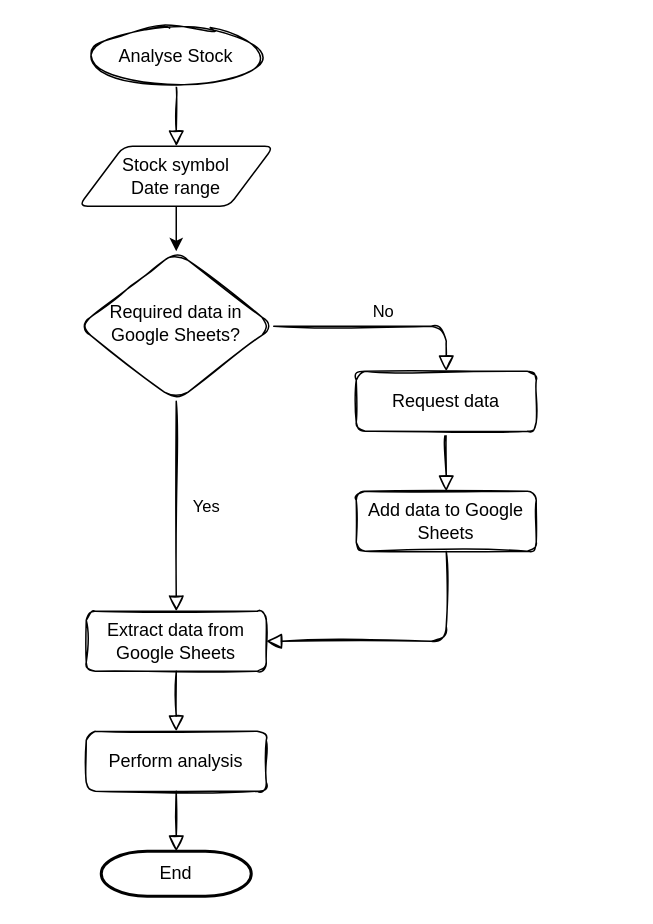
Earlier version of the draw.io diagram page "analyse-stock" (1 of 5) of design/analastock.drawio (ibuttimer/analastock). Source tidied: cells renumbered, new cells numbered last; positions are measured from the earlier drawing's top-left corner, leaving out a move shared by most shapes. Both pictures are drawn from the tidied source at 150%, with x=0, y=0 at pixel (78, 26).
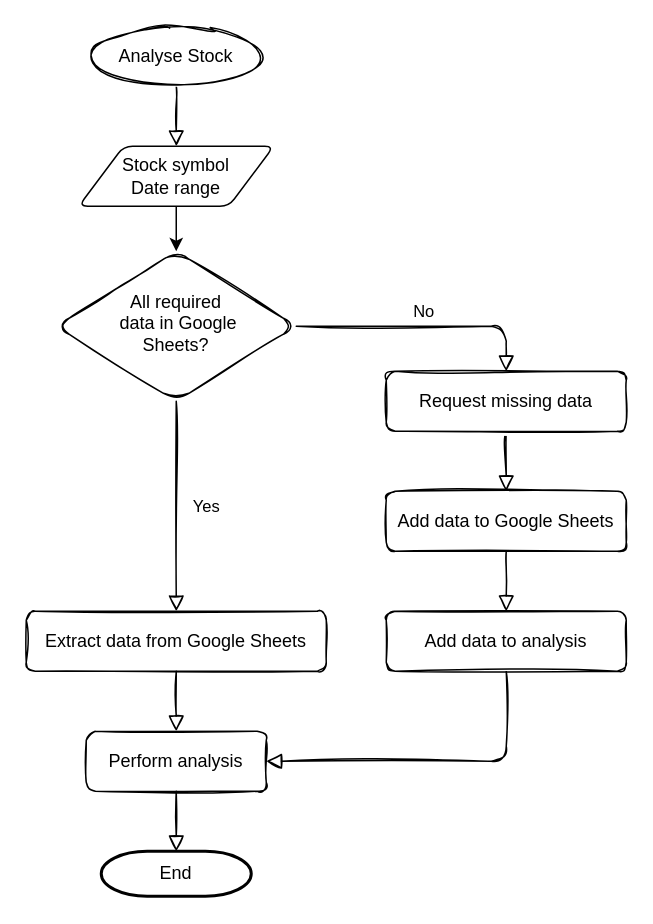
After the change.

Unchanged cells that the change refers to:
```xml
<mxCell id="12" value="Perform analysis" style="whiteSpace=wrap;html=1;fontSize=12;glass=0;strokeWidth=1;shadow=0;rounded=1;sketch=1;" parent="1" vertex="1">
  <mxGeometry x="5" y="470" width="120" height="40" as="geometry" />
</mxCell>
```

Diff of the diagram source:
```diff
@@
-    <mxCell id="3" value="No" style="edgeStyle=orthogonalEdgeStyle;html=1;jettySize=auto;fontSize=11;endArrow=block;endFill=0;endSize=8;strokeWidth=1;shadow=0;labelBackgroundColor=none;rounded=1;sketch=1;" parent="1" edge="1" source="4" target="6">
+    <mxCell id="3" value="No" style="edgeStyle=orthogonalEdgeStyle;html=1;jettySize=auto;fontSize=11;endArrow=block;endFill=0;endSize=8;strokeWidth=1;shadow=0;labelBackgroundColor=none;rounded=1;sketch=1;entryX=0.5;entryY=0;entryDx=0;entryDy=0;" parent="1" edge="1" source="4" target="6">
       <mxGeometry y="10" relative="1" as="geometry">
         <Array as="points">
-          <mxPoint x="245" y="200" />
+          <mxPoint x="285" y="200" />
         </Array>
       </mxGeometry>
     </mxCell>
-    <mxCell id="4" value="Required data in Google Sheets?" style="rhombus;whiteSpace=wrap;html=1;shadow=0;fontFamily=Helvetica;fontSize=12;align=center;strokeWidth=1;spacing=6;spacingTop=-4;rounded=1;sketch=1;" parent="1" vertex="1">
-      <mxGeometry y="150" width="130" height="100" as="geometry" />
+    <mxCell id="4" value="All required&lt;br&gt;&amp;nbsp;data in Google&lt;br&gt;Sheets?" style="rhombus;whiteSpace=wrap;html=1;shadow=0;fontFamily=Helvetica;fontSize=12;align=center;strokeWidth=1;spacing=6;spacingTop=-4;rounded=1;sketch=1;" parent="1" vertex="1">
+      <mxGeometry x="-15" y="150" width="160" height="100" as="geometry" />
     </mxCell>
-    <mxCell id="5" style="edgeStyle=orthogonalEdgeStyle;rounded=1;sketch=1;jettySize=auto;html=1;endArrow=block;endFill=0;endSize=8;" parent="1" edge="1" source="6" target="10">
+    <mxCell id="5" style="edgeStyle=orthogonalEdgeStyle;rounded=1;sketch=1;jettySize=auto;html=1;endArrow=block;endFill=0;endSize=8;exitX=0.5;exitY=1;exitDx=0;exitDy=0;entryX=0.5;entryY=0;entryDx=0;entryDy=0;" parent="1" edge="1" source="6" target="18">
       <mxGeometry relative="1" as="geometry" />
     </mxCell>
-    <mxCell id="6" value="Request data" style="whiteSpace=wrap;html=1;fontSize=12;glass=0;strokeWidth=1;shadow=0;rounded=1;sketch=1;" parent="1" vertex="1">
-      <mxGeometry x="185" y="230" width="120" height="40" as="geometry" />
+    <mxCell id="6" value="Request missing data" style="whiteSpace=wrap;html=1;fontSize=12;glass=0;strokeWidth=1;shadow=0;rounded=1;sketch=1;" parent="1" vertex="1">
+      <mxGeometry x="205" y="230" width="160" height="40" as="geometry" />
     </mxCell>
@@
     <mxCell id="8" value="Extract data from Google Sheets" style="whiteSpace=wrap;html=1;fontSize=12;glass=0;strokeWidth=1;shadow=0;rounded=1;sketch=1;" parent="1" vertex="1">
-      <mxGeometry x="5" y="390" width="120" height="40" as="geometry" />
+      <mxGeometry x="-35" y="390" width="200" height="40" as="geometry" />
     </mxCell>
-    <mxCell id="9" style="edgeStyle=orthogonalEdgeStyle;rounded=1;sketch=1;jettySize=auto;html=1;exitX=0.5;exitY=1;exitDx=0;exitDy=0;entryX=1;entryY=0.5;entryDx=0;entryDy=0;endArrow=block;endFill=0;endSize=8;" parent="1" edge="1" source="10" target="8">
+    <mxCell id="9" style="edgeStyle=orthogonalEdgeStyle;rounded=1;sketch=1;jettySize=auto;html=1;exitX=0.5;exitY=1;exitDx=0;exitDy=0;entryX=1;entryY=0.5;entryDx=0;entryDy=0;endArrow=block;endFill=0;endSize=8;" parent="1" edge="1" source="10" target="12">
       <mxGeometry relative="1" as="geometry" />
     </mxCell>
-    <mxCell id="10" value="Add data to Google Sheets" style="whiteSpace=wrap;html=1;fontSize=12;glass=0;strokeWidth=1;shadow=0;rounded=1;sketch=1;" parent="1" vertex="1">
-      <mxGeometry x="185" y="310" width="120" height="40" as="geometry" />
+    <mxCell id="10" value="Add data to analysis" style="whiteSpace=wrap;html=1;fontSize=12;glass=0;strokeWidth=1;shadow=0;rounded=1;sketch=1;" parent="1" vertex="1">
+      <mxGeometry x="205" y="390" width="160" height="40" as="geometry" />
     </mxCell>
@@
+    <mxCell id="18" value="Add data to Google Sheets" style="whiteSpace=wrap;html=1;fontSize=12;glass=0;strokeWidth=1;shadow=0;rounded=1;sketch=1;" parent="1" vertex="1">
+      <mxGeometry x="205" y="310" width="160" height="40" as="geometry" />
+    </mxCell>
+    <mxCell id="19" style="edgeStyle=orthogonalEdgeStyle;rounded=1;sketch=1;jettySize=auto;html=1;endArrow=block;endFill=0;endSize=8;exitX=0.5;exitY=1;exitDx=0;exitDy=0;entryX=0.5;entryY=0;entryDx=0;entryDy=0;" parent="1" edge="1" source="18" target="10">
+      <mxGeometry relative="1" as="geometry" />
+    </mxCell>
```
